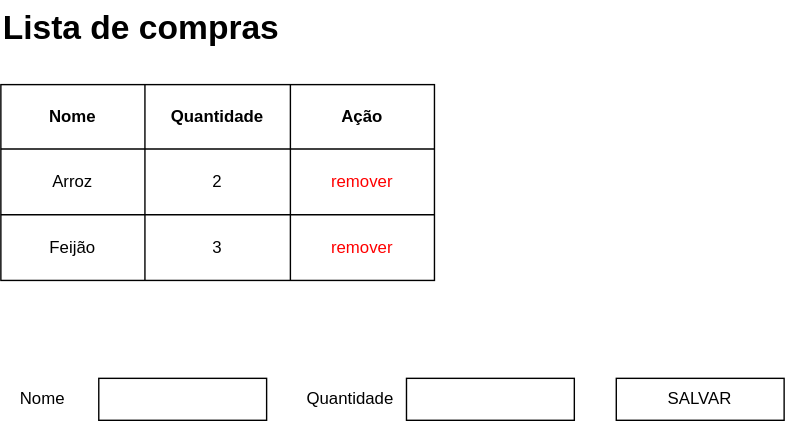
This is layout.drawio.svg from vitorblz/node-react-test, a draw.io export, as it was before one commit. Source tidied: cells renumbered, new cells last; positions are measured from the earlier drawing's top-left corner, leaving out a move shared by most shapes.
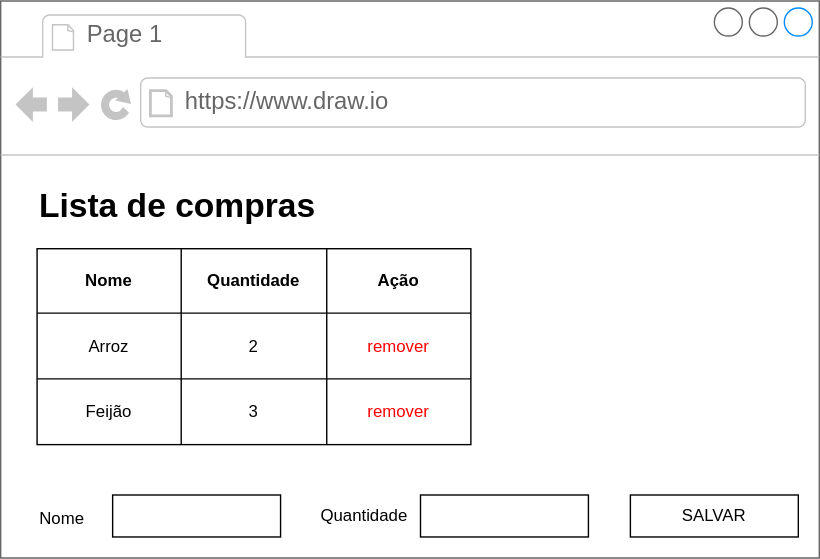
After the commit.

The edit, as a diff of the source:
```diff
@@ -1,9 +1,21 @@
-<mxGraphModel>
+<mxGraphModel background="#ffffff">
   <root>
     <mxCell id="0" />
     <mxCell id="1" parent="0" />
+    <mxCell id="21" style="strokeWidth=1;shadow=0;dashed=0;align=center;html=1;shape=mxgraph.mockup.containers.browserWindow;rSize=0;strokeColor=#666666;strokeColor2=#008cff;strokeColor3=#c4c4c4;mainText=,;perimeterSpacing=0;" parent="1" vertex="1">
+      <mxGeometry x="-14" y="-10" width="585" height="398" as="geometry" />
+    </mxCell>
+    <mxCell id="22" value="Page 1" style="strokeWidth=1;shadow=0;dashed=0;align=center;html=1;shape=mxgraph.mockup.containers.anchor;fontSize=17;fontColor=#666666;align=left;" parent="21" vertex="1">
+      <mxGeometry x="60" y="12" width="110" height="26" as="geometry" />
+    </mxCell>
+    <mxCell id="23" value="https://www.draw.io" style="strokeWidth=1;shadow=0;dashed=0;align=center;html=1;shape=mxgraph.mockup.containers.anchor;rSize=0;fontSize=17;fontColor=#666666;align=left;" parent="21" vertex="1">
+      <mxGeometry x="130" y="60" width="250" height="26" as="geometry" />
+    </mxCell>
+    <mxCell id="15" value="Lista de compras" style="text;strokeColor=none;fillColor=none;html=1;fontSize=24;fontStyle=1;verticalAlign=middle;align=center;" parent="21" vertex="1">
+      <mxGeometry x="26" y="127" width="200" height="40" as="geometry" />
+    </mxCell>
-    <mxCell id="2" style="shape=table;html=1;whiteSpace=wrap;startSize=0;" parent="1" vertex="1">
-      <mxGeometry y="60" width="310" height="140" as="geometry" />
+    <mxCell id="2" style="shape=table;html=1;whiteSpace=wrap;startSize=0;" parent="21" vertex="1">
+      <mxGeometry x="26" y="177" width="310" height="140" as="geometry" />
     </mxCell>
     <mxCell id="3" style="shape=partialRectangle;html=1;whiteSpace=wrap;fillColor=none;top=0;left=0;bottom=0;right=0;" parent="2" vertex="1">
       <mxGeometry width="310" height="46" as="geometry" />
@@ -41,23 +53,23 @@
     <mxCell id="14" value="&lt;font color=&quot;#ff0000&quot;&gt;remover&lt;/font&gt;" style="shape=partialRectangle;html=1;whiteSpace=wrap;fillColor=none;top=0;left=0;bottom=0;right=0;overflow=hidden;" parent="11" vertex="1">
       <mxGeometry x="207" width="103" height="47" as="geometry" />
     </mxCell>
-    <mxCell id="15" value="Lista de compras" style="text;strokeColor=none;fillColor=none;html=1;fontSize=24;fontStyle=1;verticalAlign=middle;align=center;" parent="1" vertex="1">
-      <mxGeometry x="50" width="100" height="40" as="geometry" />
-    </mxCell>
+    <mxCell id="24" style="group;" parent="21" vertex="1">
+      <mxGeometry x="26" y="353" width="544" height="30" as="geometry" />
+    </mxCell>
-    <mxCell id="16" style="rounded=0;whiteSpace=wrap;html=1;fillColor=#FFFFFF;strokeColor=#000000;" parent="1" vertex="1">
-      <mxGeometry x="70" y="270" width="120" height="30" as="geometry" />
+    <mxCell id="16" style="rounded=0;whiteSpace=wrap;html=1;fillColor=#FFFFFF;strokeColor=#000000;" parent="24" vertex="1">
+      <mxGeometry x="54" width="120" height="30" as="geometry" />
     </mxCell>
-    <mxCell id="17" value="Nome" style="text;html=1;strokeColor=none;fillColor=none;align=center;verticalAlign=middle;whiteSpace=wrap;rounded=0;" parent="1" vertex="1">
-      <mxGeometry y="270" width="60" height="30" as="geometry" />
+    <mxCell id="17" value="Nome" style="text;html=1;strokeColor=none;fillColor=none;align=left;verticalAlign=middle;whiteSpace=wrap;rounded=0;" parent="24" vertex="1">
+      <mxGeometry y="6" width="50" height="21" as="geometry" />
     </mxCell>
-    <mxCell id="18" style="rounded=0;whiteSpace=wrap;html=1;fillColor=#FFFFFF;strokeColor=#000000;" parent="1" vertex="1">
-      <mxGeometry x="290" y="270" width="120" height="30" as="geometry" />
+    <mxCell id="18" style="rounded=0;whiteSpace=wrap;html=1;fillColor=#FFFFFF;strokeColor=#000000;" parent="24" vertex="1">
+      <mxGeometry x="274" width="120" height="30" as="geometry" />
     </mxCell>
-    <mxCell id="19" value="Quantidade" style="text;html=1;strokeColor=none;fillColor=none;align=center;verticalAlign=middle;whiteSpace=wrap;rounded=0;" parent="1" vertex="1">
-      <mxGeometry x="220" y="270" width="60" height="30" as="geometry" />
+    <mxCell id="19" value="Quantidade" style="text;html=1;strokeColor=none;fillColor=none;align=center;verticalAlign=middle;whiteSpace=wrap;rounded=0;" parent="24" vertex="1">
+      <mxGeometry x="204" width="60" height="30" as="geometry" />
     </mxCell>
-    <mxCell id="20" value="SALVAR" style="rounded=0;whiteSpace=wrap;html=1;" parent="1" vertex="1">
-      <mxGeometry x="440" y="270" width="120" height="30" as="geometry" />
+    <mxCell id="20" value="SALVAR" style="rounded=0;whiteSpace=wrap;html=1;" parent="24" vertex="1">
+      <mxGeometry x="424" width="120" height="30" as="geometry" />
     </mxCell>
   </root>
 </mxGraphModel>
```
